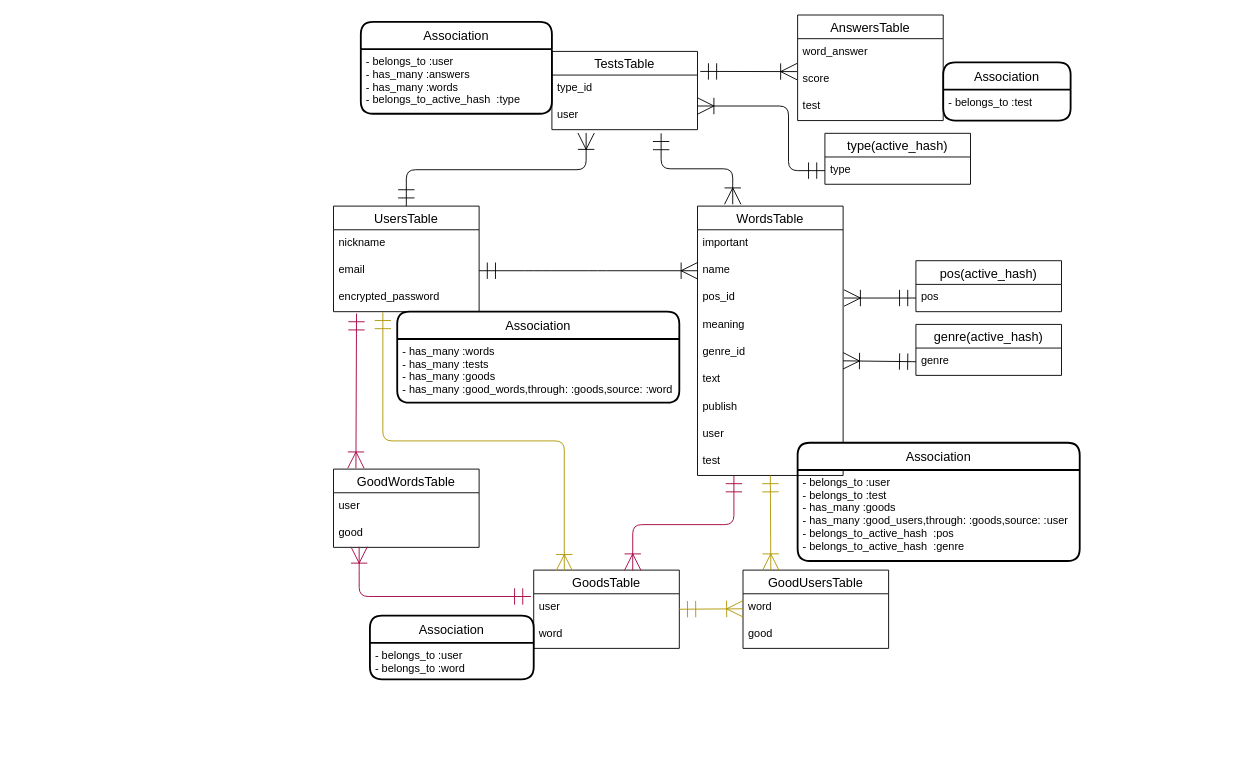
Above: ER .dio in wakachico/my-dic (draw.io), before the change. Source tidied: cells renumbered, new cells numbered last; positions are measured from the earlier drawing's top-left corner, leaving out a move shared by most shapes. Both pictures are drawn from the tidied source at 91%, with x=0, y=0 at pixel (333, 15).
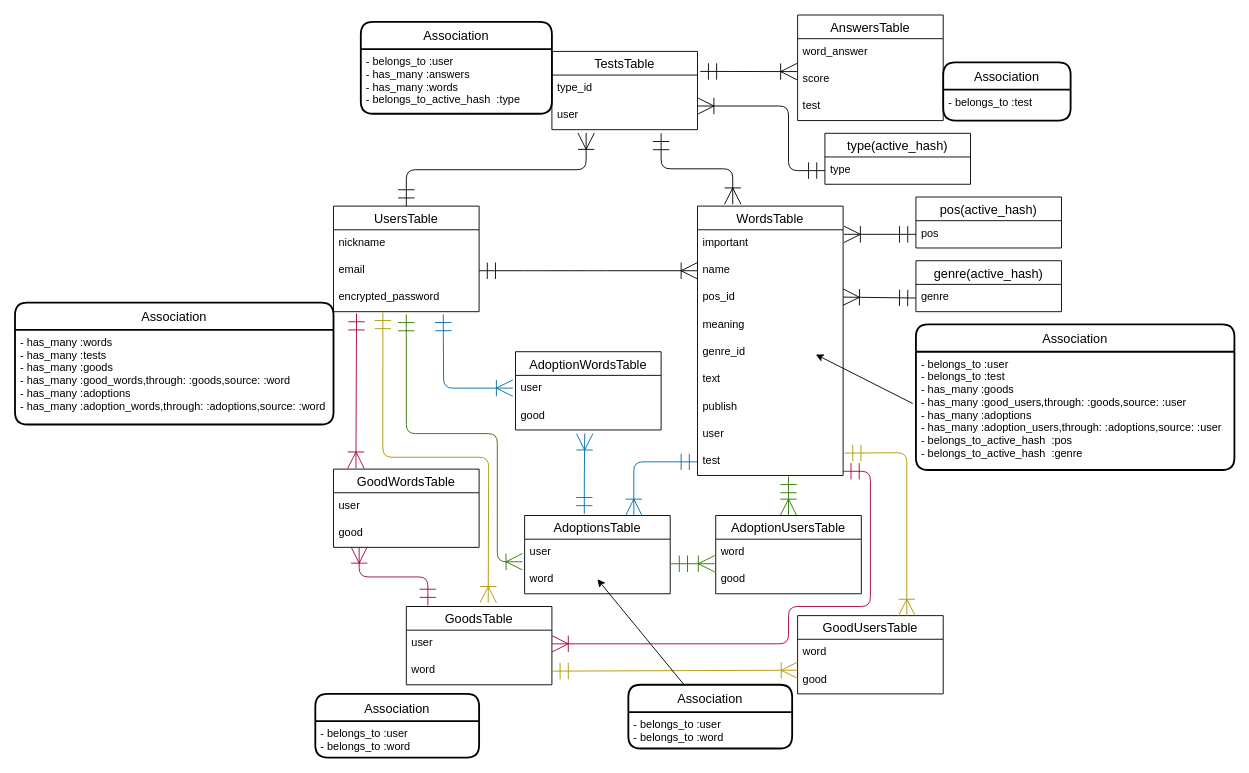
Above is the later version.

Commit message (it also covers changes not shown here):
READMEファイルの修正

The change refers to these unchanged cells:
```xml
<mxCell id="5" value="encrypted_password" style="text;strokeColor=none;fillColor=none;spacingLeft=4;spacingRight=4;overflow=hidden;points=[[0,0.5],[1,0.5]];portConstraint=eastwest;fontSize=12;" parent="2" vertex="1">
  <mxGeometry y="86" width="160" height="30" as="geometry" />
</mxCell>
<mxCell id="7" value="user" style="text;strokeColor=none;fillColor=none;spacingLeft=4;spacingRight=4;overflow=hidden;points=[[0,0.5],[1,0.5]];portConstraint=eastwest;fontSize=12;" parent="6" vertex="1">
  <mxGeometry y="26" width="160" height="30" as="geometry" />
</mxCell>
<mxCell id="8" value="word" style="text;strokeColor=none;fillColor=none;spacingLeft=4;spacingRight=4;overflow=hidden;points=[[0,0.5],[1,0.5]];portConstraint=eastwest;fontSize=12;" parent="6" vertex="1">
  <mxGeometry y="56" width="160" height="30" as="geometry" />
</mxCell>
<mxCell id="9" value="WordsTable" style="swimlane;fontStyle=0;horizontal=1;startSize=26;align=center;fontSize=14;" parent="1" vertex="1">
  <mxGeometry x="400" y="210" width="160" height="296" as="geometry" />
</mxCell>
<mxCell id="18" value="test" style="text;strokeColor=none;fillColor=none;spacingLeft=4;spacingRight=4;overflow=hidden;points=[[0,0.5],[1,0.5]];portConstraint=eastwest;fontSize=12;" parent="9" vertex="1">
  <mxGeometry y="266" width="160" height="30" as="geometry" />
</mxCell>
<mxCell id="21" value="good" style="text;strokeColor=none;fillColor=none;spacingLeft=4;spacingRight=4;overflow=hidden;points=[[0,0.5],[1,0.5]];portConstraint=eastwest;fontSize=12;" parent="19" vertex="1">
  <mxGeometry y="56" width="160" height="30" as="geometry" />
</mxCell>
<mxCell id="24" value="good" style="text;strokeColor=none;fillColor=none;spacingLeft=4;spacingRight=4;overflow=hidden;points=[[0,0.5],[1,0.5]];portConstraint=eastwest;fontSize=12;" parent="22" vertex="1">
  <mxGeometry y="56" width="160" height="30" as="geometry" />
</mxCell>
<mxCell id="26" value="pos" style="text;strokeColor=none;fillColor=none;spacingLeft=4;spacingRight=4;overflow=hidden;points=[[0,0.5],[1,0.5]];portConstraint=eastwest;fontSize=12;" parent="25" vertex="1">
  <mxGeometry y="26" width="160" height="30" as="geometry" />
</mxCell>
<mxCell id="28" value="genre" style="text;strokeColor=none;fillColor=none;spacingLeft=4;spacingRight=4;overflow=hidden;points=[[0,0.5],[1,0.5]];portConstraint=eastwest;fontSize=12;" parent="27" vertex="1">
  <mxGeometry y="26" width="160" height="30" as="geometry" />
</mxCell>
```

The edit, as a diff of the source:
```diff
@@
     <mxCell id="6" value="GoodsTable" style="swimlane;fontStyle=0;horizontal=1;startSize=26;align=center;fontSize=14;" parent="1" vertex="1">
-      <mxGeometry x="220" y="610" width="160" height="86" as="geometry" />
+      <mxGeometry x="80" y="650" width="160" height="86" as="geometry" />
     </mxCell>
@@
+    <mxCell id="62" style="endArrow=classic;html=1;exitX=-0.01;exitY=0.438;exitDx=0;exitDy=0;exitPerimeter=0;" parent="9" edge="1" source="49">
+      <mxGeometry relative="1" as="geometry">
+        <mxPoint x="130" y="163" as="targetPoint" />
+      </mxGeometry>
+    </mxCell>
@@
     <mxCell id="22" value="GoodUsersTable" style="swimlane;fontStyle=0;horizontal=1;startSize=26;align=center;fontSize=14;" parent="1" vertex="1">
-      <mxGeometry x="450" y="610" width="160" height="86" as="geometry" />
+      <mxGeometry x="510" y="660" width="160" height="86" as="geometry" />
     </mxCell>
@@
     <mxCell id="25" value="pos(active_hash)" style="swimlane;fontStyle=0;horizontal=1;startSize=26;align=center;fontSize=14;" parent="1" vertex="1">
-      <mxGeometry x="640" y="270" width="160" height="56" as="geometry" />
+      <mxGeometry x="640" y="200" width="160" height="56" as="geometry" />
     </mxCell>
@@
     <mxCell id="27" value="genre(active_hash)" style="swimlane;fontStyle=0;horizontal=1;startSize=26;align=center;fontSize=14;" parent="1" vertex="1">
-      <mxGeometry x="640" y="340" width="160" height="56" as="geometry" />
+      <mxGeometry x="640" y="270" width="160" height="56" as="geometry" />
     </mxCell>
@@
     <mxCell id="30" style="fontSize=12;html=1;endArrow=ERoneToMany;startArrow=ERmandOne;startSize=16;endSize=16;exitX=0;exitY=0.5;exitDx=0;exitDy=0;" parent="1" edge="1" source="26">
       <mxGeometry relative="1" as="geometry">
-        <mxPoint x="561" y="311" as="targetPoint" />
+        <mxPoint x="561" y="241" as="targetPoint" />
       </mxGeometry>
     </mxCell>
     <mxCell id="31" style="fontSize=12;html=1;endArrow=ERoneToMany;startArrow=ERmandOne;startSize=16;endSize=16;entryX=1;entryY=0.5;entryDx=0;entryDy=0;exitX=0;exitY=0.5;exitDx=0;exitDy=0;" parent="1" edge="1" source="28">
       <mxGeometry relative="1" as="geometry">
-        <mxPoint x="560" y="380" as="targetPoint" />
+        <mxPoint x="560" y="310" as="targetPoint" />
       </mxGeometry>
     </mxCell>
-    <mxCell id="32" style="fontSize=12;html=1;endArrow=ERoneToMany;startArrow=ERmandOne;startSize=16;endSize=16;fillColor=#e3c800;strokeColor=#B09500;exitX=0.5;exitY=1;exitDx=0;exitDy=0;entryX=0.191;entryY=0.002;entryDx=0;entryDy=0;entryPerimeter=0;" parent="1" edge="1" source="9" target="22">
-      <mxGeometry relative="1" as="geometry" />
+    <mxCell id="32" style="fontSize=12;html=1;endArrow=ERoneToMany;startArrow=ERmandOne;startSize=16;endSize=16;fillColor=#e3c800;strokeColor=#B09500;exitX=1.01;exitY=0.18;exitDx=0;exitDy=0;exitPerimeter=0;entryX=0.75;entryY=0;entryDx=0;entryDy=0;" parent="1" edge="1" source="18" target="22">
+      <mxGeometry relative="1" as="geometry">
+        <Array as="points">
+          <mxPoint x="630" y="481" />
+        </Array>
+      </mxGeometry>
     </mxCell>
-    <mxCell id="33" style="fontSize=12;html=1;endArrow=ERoneToMany;startArrow=ERmandOne;startSize=16;endSize=16;fillColor=#e3c800;strokeColor=#B09500;" parent="1" edge="1">
-      <mxGeometry relative="1" as="geometry">
-        <mxPoint x="380" y="653" as="sourcePoint" />
-        <mxPoint x="450" y="652.5" as="targetPoint" />
-      </mxGeometry>
+    <mxCell id="33" style="fontSize=12;html=1;endArrow=ERoneToMany;startArrow=ERmandOne;startSize=16;endSize=16;fillColor=#e3c800;strokeColor=#B09500;exitX=1;exitY=0.5;exitDx=0;exitDy=0;entryX=0;entryY=0.133;entryDx=0;entryDy=0;entryPerimeter=0;" parent="1" edge="1" source="8" target="24">
+      <mxGeometry relative="1" as="geometry" />
     </mxCell>
-    <mxCell id="34" style="fontSize=12;html=1;endArrow=ERoneToMany;startArrow=ERmandOne;startSize=16;endSize=16;exitX=-0.019;exitY=0.1;exitDx=0;exitDy=0;fillColor=#d80073;strokeColor=#A50040;edgeStyle=orthogonalEdgeStyle;entryX=0.176;entryY=0.978;entryDx=0;entryDy=0;entryPerimeter=0;exitPerimeter=0;" parent="1" edge="1" source="7" target="21">
+    <mxCell id="34" style="fontSize=12;html=1;endArrow=ERoneToMany;startArrow=ERmandOne;startSize=16;endSize=16;fillColor=#d80073;strokeColor=#A50040;edgeStyle=orthogonalEdgeStyle;entryX=0.176;entryY=0.978;entryDx=0;entryDy=0;entryPerimeter=0;exitX=0.148;exitY=-0.012;exitDx=0;exitDy=0;exitPerimeter=0;" parent="1" edge="1" source="6" target="21">
       <mxGeometry relative="1" as="geometry" />
     </mxCell>
@@
     <mxCell id="44" value="Association" style="swimlane;horizontal=1;startSize=30;rounded=1;fontSize=14;fontStyle=0;strokeWidth=2;shadow=0;dashed=0;align=center;" parent="1" vertex="1">
-      <mxGeometry x="70" y="326" width="310" height="100" as="geometry" />
+      <mxGeometry x="-350" y="316" width="350" height="134" as="geometry" />
     </mxCell>
-    <mxCell id="45" value="- has_many :words&#10;- has_many :tests&#10;- has_many :goods&#10;- has_many :good_words,through: :goods,source: :word" style="align=left;strokeColor=none;fillColor=none;spacingLeft=4;fontSize=12;verticalAlign=top;" parent="44" vertex="1">
-      <mxGeometry y="30" width="310" height="70" as="geometry" />
+    <mxCell id="45" value="- has_many :words&#10;- has_many :tests&#10;- has_many :goods&#10;- has_many :good_words,through: :goods,source: :word&#10;- has_many :adoptions&#10;- has_many :adoption_words,through: :adoptions,source: :word&#10;" style="align=left;strokeColor=none;fillColor=none;spacingLeft=4;fontSize=12;verticalAlign=top;" parent="44" vertex="1">
+      <mxGeometry y="30" width="350" height="104" as="geometry" />
     </mxCell>
-    <mxCell id="46" style="fontSize=12;html=1;endArrow=ERoneToMany;startArrow=ERmandOne;startSize=16;endSize=16;exitX=0.339;exitY=1.023;exitDx=0;exitDy=0;exitPerimeter=0;startFill=0;edgeStyle=orthogonalEdgeStyle;entryX=0.21;entryY=0.01;entryDx=0;entryDy=0;entryPerimeter=0;fillColor=#e3c800;strokeColor=#B09500;" parent="1" edge="1" source="5" target="6">
-      <mxGeometry relative="1" as="geometry" />
+    <mxCell id="46" style="fontSize=12;html=1;endArrow=ERoneToMany;startArrow=ERmandOne;startSize=16;endSize=16;exitX=0.339;exitY=1.023;exitDx=0;exitDy=0;exitPerimeter=0;startFill=0;edgeStyle=orthogonalEdgeStyle;fillColor=#e3c800;strokeColor=#B09500;" parent="1" edge="1" source="5">
+      <mxGeometry relative="1" as="geometry">
+        <mxPoint x="170" y="646" as="targetPoint" />
+      </mxGeometry>
     </mxCell>
-    <mxCell id="47" style="fontSize=12;html=1;endArrow=ERoneToMany;startArrow=ERmandOne;startSize=16;endSize=16;edgeStyle=orthogonalEdgeStyle;entryX=0.68;entryY=0.002;entryDx=0;entryDy=0;entryPerimeter=0;fillColor=#d80073;strokeColor=#A50040;exitX=0.25;exitY=1;exitDx=0;exitDy=0;" parent="1" edge="1" source="9" target="6">
+    <mxCell id="47" style="fontSize=12;html=1;endArrow=ERoneToMany;startArrow=ERmandOne;startSize=16;endSize=16;edgeStyle=orthogonalEdgeStyle;fillColor=#d80073;strokeColor=#A50040;exitX=0.998;exitY=0.847;exitDx=0;exitDy=0;exitPerimeter=0;entryX=1;entryY=0.5;entryDx=0;entryDy=0;" parent="1" edge="1" source="18" target="7">
       <mxGeometry relative="1" as="geometry">
         <Array as="points">
-          <mxPoint x="440" y="560" />
-          <mxPoint x="329" y="560" />
+          <mxPoint x="590" y="501" />
+          <mxPoint x="590" y="650" />
+          <mxPoint x="500" y="650" />
+          <mxPoint x="500" y="691" />
         </Array>
       </mxGeometry>
     </mxCell>
     <mxCell id="48" value="Association" style="swimlane;horizontal=1;startSize=30;rounded=1;fontSize=14;fontStyle=0;strokeWidth=2;shadow=0;dashed=0;align=center;labelBackgroundColor=none;" parent="1" vertex="1">
-      <mxGeometry x="510" y="470" width="310" height="130" as="geometry" />
+      <mxGeometry x="640" y="340" width="350" height="160" as="geometry" />
     </mxCell>
-    <mxCell id="49" value="- belongs_to :user&#10;- belongs_to :test&#10;- has_many :goods&#10;- has_many :good_users,through: :goods,source: :user&#10;- belongs_to_active_hash  :pos&#10;- belongs_to_active_hash  :genre" style="align=left;strokeColor=none;fillColor=none;spacingLeft=4;fontSize=12;verticalAlign=top;labelBackgroundColor=none;" parent="48" vertex="1">
-      <mxGeometry y="30" width="310" height="100" as="geometry" />
+    <mxCell id="49" value="- belongs_to :user&#10;- belongs_to :test&#10;- has_many :goods&#10;- has_many :good_users,through: :goods,source: :user&#10;- has_many :adoptions&#10;- has_many :adoption_users,through: :adoptions,source: :user&#10;- belongs_to_active_hash  :pos&#10;- belongs_to_active_hash  :genre" style="align=left;strokeColor=none;fillColor=none;spacingLeft=4;fontSize=12;verticalAlign=top;labelBackgroundColor=none;" parent="48" vertex="1">
+      <mxGeometry y="30" width="350" height="130" as="geometry" />
     </mxCell>
     <mxCell id="50" value="Association" style="swimlane;horizontal=1;startSize=30;rounded=1;fontSize=14;fontStyle=0;strokeWidth=2;shadow=0;dashed=0;align=center;labelBackgroundColor=none;" parent="1" vertex="1">
-      <mxGeometry x="40" y="660" width="180" height="70" as="geometry" />
+      <mxGeometry x="-20" y="746" width="180" height="70" as="geometry" />
     </mxCell>
@@
+    <mxCell id="63" value="AdoptionsTable" style="swimlane;fontStyle=0;horizontal=1;startSize=26;align=center;fontSize=14;" parent="1" vertex="1">
+      <mxGeometry x="210" y="550" width="160" height="86" as="geometry" />
+    </mxCell>
+    <mxCell id="64" value="user" style="text;strokeColor=none;fillColor=none;spacingLeft=4;spacingRight=4;overflow=hidden;points=[[0,0.5],[1,0.5]];portConstraint=eastwest;fontSize=12;" parent="63" vertex="1">
+      <mxGeometry y="26" width="160" height="30" as="geometry" />
+    </mxCell>
+    <mxCell id="65" value="word" style="text;strokeColor=none;fillColor=none;spacingLeft=4;spacingRight=4;overflow=hidden;fontSize=12;" parent="63" vertex="1">
+      <mxGeometry y="56" width="160" height="30" as="geometry" />
+    </mxCell>
+    <mxCell id="66" value="AdoptionWordsTable" style="swimlane;fontStyle=0;horizontal=1;startSize=26;align=center;fontSize=14;" parent="1" vertex="1">
+      <mxGeometry x="200" y="370" width="160" height="86" as="geometry" />
+    </mxCell>
+    <mxCell id="67" value="user" style="text;strokeColor=none;fillColor=none;spacingLeft=4;spacingRight=4;overflow=hidden;fontSize=12;" parent="66" vertex="1">
+      <mxGeometry y="26" width="160" height="30" as="geometry" />
+    </mxCell>
+    <mxCell id="68" value="good" style="text;strokeColor=none;fillColor=none;spacingLeft=4;spacingRight=4;overflow=hidden;fontSize=12;" parent="66" vertex="1">
+      <mxGeometry y="56" width="160" height="30" as="geometry" />
+    </mxCell>
+    <mxCell id="69" style="fontSize=12;html=1;endArrow=ERoneToMany;startArrow=ERmandOne;startSize=16;endSize=16;fillColor=#60a917;strokeColor=#2D7600;entryX=-0.015;entryY=0.827;entryDx=0;entryDy=0;entryPerimeter=0;" parent="1" edge="1" target="64">
+      <mxGeometry relative="1" as="geometry">
+        <mxPoint x="80" y="329" as="sourcePoint" />
+        <Array as="points">
+          <mxPoint x="80" y="460" />
+          <mxPoint x="180" y="460" />
+          <mxPoint x="180" y="601" />
+        </Array>
+      </mxGeometry>
+    </mxCell>
+    <mxCell id="70" style="fontSize=12;html=1;endArrow=ERoneToMany;startArrow=ERmandOne;startSize=16;endSize=16;exitX=0.158;exitY=1.069;exitDx=0;exitDy=0;exitPerimeter=0;fillColor=#1ba1e2;strokeColor=#006EAF;" parent="1" edge="1">
+      <mxGeometry relative="1" as="geometry">
+        <mxPoint x="120.6" y="328.9" as="sourcePoint" />
+        <mxPoint x="197" y="410" as="targetPoint" />
+        <Array as="points">
+          <mxPoint x="121" y="410" />
+        </Array>
+      </mxGeometry>
+    </mxCell>
+    <mxCell id="71" style="fontSize=12;html=1;endArrow=ERoneToMany;startArrow=ERmandOne;startSize=16;endSize=16;fillColor=#1ba1e2;strokeColor=#006EAF;edgeStyle=orthogonalEdgeStyle;exitX=0.41;exitY=-0.021;exitDx=0;exitDy=0;exitPerimeter=0;" parent="1" edge="1" source="63">
+      <mxGeometry relative="1" as="geometry">
+        <mxPoint x="276" y="460" as="targetPoint" />
+        <Array as="points">
+          <mxPoint x="276" y="510" />
+          <mxPoint x="276" y="510" />
+        </Array>
+      </mxGeometry>
+    </mxCell>
+    <mxCell id="72" value="AdoptionUsersTable" style="swimlane;fontStyle=0;horizontal=1;startSize=26;align=center;fontSize=14;" parent="1" vertex="1">
+      <mxGeometry x="420" y="550" width="160" height="86" as="geometry" />
+    </mxCell>
+    <mxCell id="73" value="word" style="text;strokeColor=none;fillColor=none;spacingLeft=4;spacingRight=4;overflow=hidden;points=[[0,0.5],[1,0.5]];portConstraint=eastwest;fontSize=12;" parent="72" vertex="1">
+      <mxGeometry y="26" width="160" height="30" as="geometry" />
+    </mxCell>
+    <mxCell id="74" value="good" style="text;strokeColor=none;fillColor=none;spacingLeft=4;spacingRight=4;overflow=hidden;fontSize=12;" parent="72" vertex="1">
+      <mxGeometry y="56" width="160" height="30" as="geometry" />
+    </mxCell>
+    <mxCell id="75" style="fontSize=12;html=1;endArrow=ERoneToMany;startArrow=ERmandOne;startSize=16;endSize=16;fillColor=#60a917;strokeColor=#2D7600;entryX=-0.007;entryY=0.9;entryDx=0;entryDy=0;entryPerimeter=0;" parent="1" edge="1" target="73">
+      <mxGeometry relative="1" as="geometry">
+        <mxPoint x="371" y="603" as="sourcePoint" />
+      </mxGeometry>
+    </mxCell>
+    <mxCell id="76" style="fontSize=12;html=1;endArrow=ERoneToMany;startArrow=ERmandOne;startSize=16;endSize=16;fillColor=#60a917;strokeColor=#2D7600;entryX=0.5;entryY=0;entryDx=0;entryDy=0;" parent="1" edge="1" target="72">
+      <mxGeometry relative="1" as="geometry">
+        <mxPoint x="500" y="507" as="sourcePoint" />
+      </mxGeometry>
+    </mxCell>
+    <mxCell id="77" style="fontSize=12;html=1;endArrow=ERoneToMany;startArrow=ERmandOne;startSize=16;endSize=16;fillColor=#1ba1e2;strokeColor=#006EAF;edgeStyle=orthogonalEdgeStyle;exitX=0;exitY=0.5;exitDx=0;exitDy=0;entryX=0.75;entryY=0;entryDx=0;entryDy=0;" parent="1" edge="1" source="18" target="63">
+      <mxGeometry relative="1" as="geometry">
+        <Array as="points">
+          <mxPoint x="330" y="491" />
+        </Array>
+      </mxGeometry>
+    </mxCell>
+    <mxCell id="78" value="Association" style="swimlane;horizontal=1;startSize=30;rounded=1;fontSize=14;fontStyle=0;strokeWidth=2;shadow=0;dashed=0;align=center;labelBackgroundColor=none;" parent="1" vertex="1">
+      <mxGeometry x="324" y="736" width="180" height="70" as="geometry" />
+    </mxCell>
+    <mxCell id="79" value="- belongs_to :user&#10;- belongs_to :word" style="align=left;strokeColor=none;fillColor=none;spacingLeft=4;fontSize=12;verticalAlign=top;labelBackgroundColor=none;" parent="78" vertex="1">
+      <mxGeometry y="30" width="180" height="40" as="geometry" />
+    </mxCell>
+    <mxCell id="80" style="endArrow=classic;html=1;" parent="1" edge="1" source="78">
+      <mxGeometry relative="1" as="geometry">
+        <mxPoint x="290" y="620" as="targetPoint" />
+      </mxGeometry>
+    </mxCell>
```
